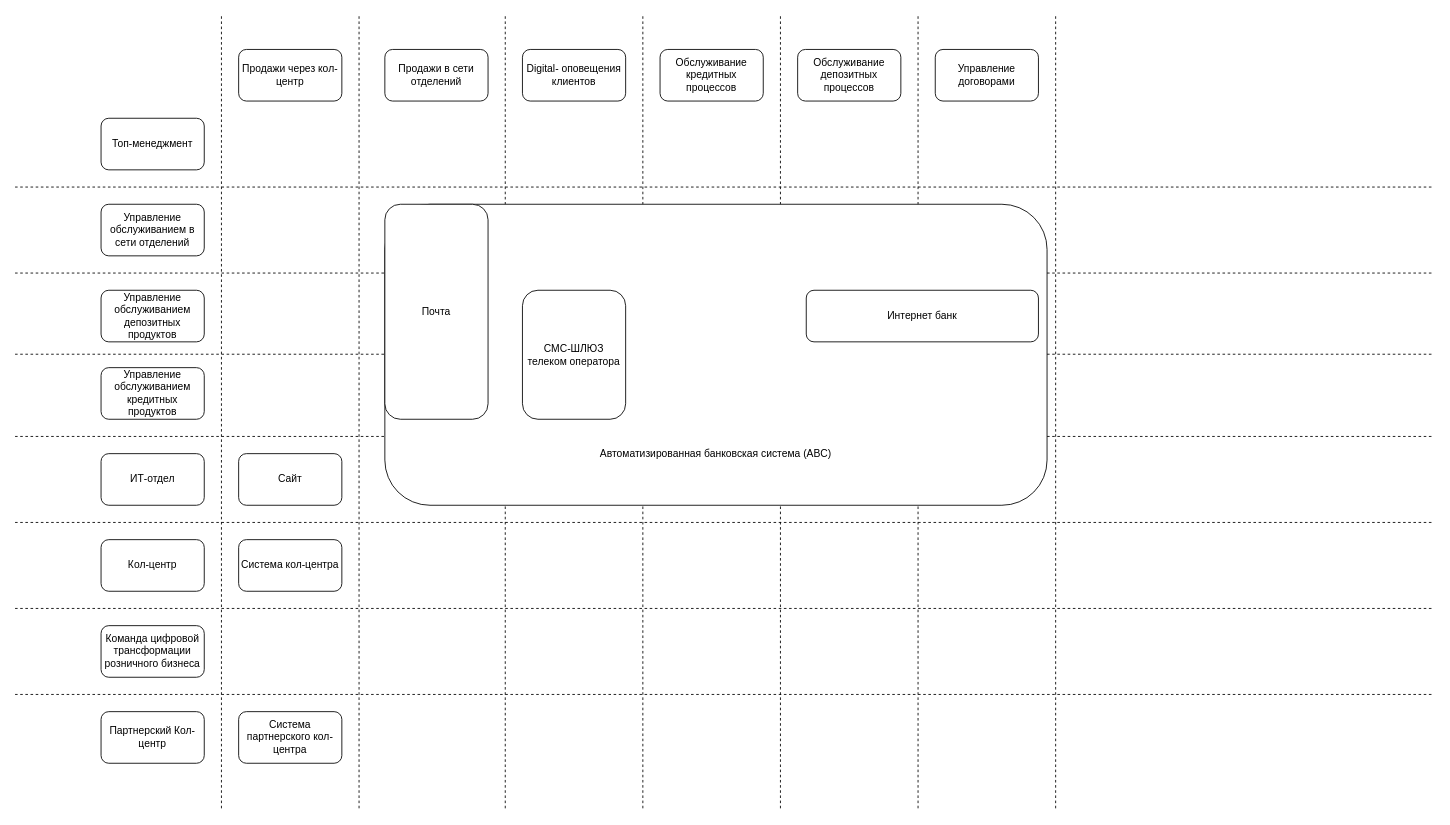
Earlier version of the draw.io diagram Exc1/map_current_it_landscape.drawio (schnack/architecture-sprint-9). Source tidied: cells renumbered, new cells numbered last; positions are measured from the earlier drawing's top-left corner, leaving out a move shared by most shapes. Both pictures are drawn from the tidied source at 86%, with x=0, y=0 at pixel (15, 15).
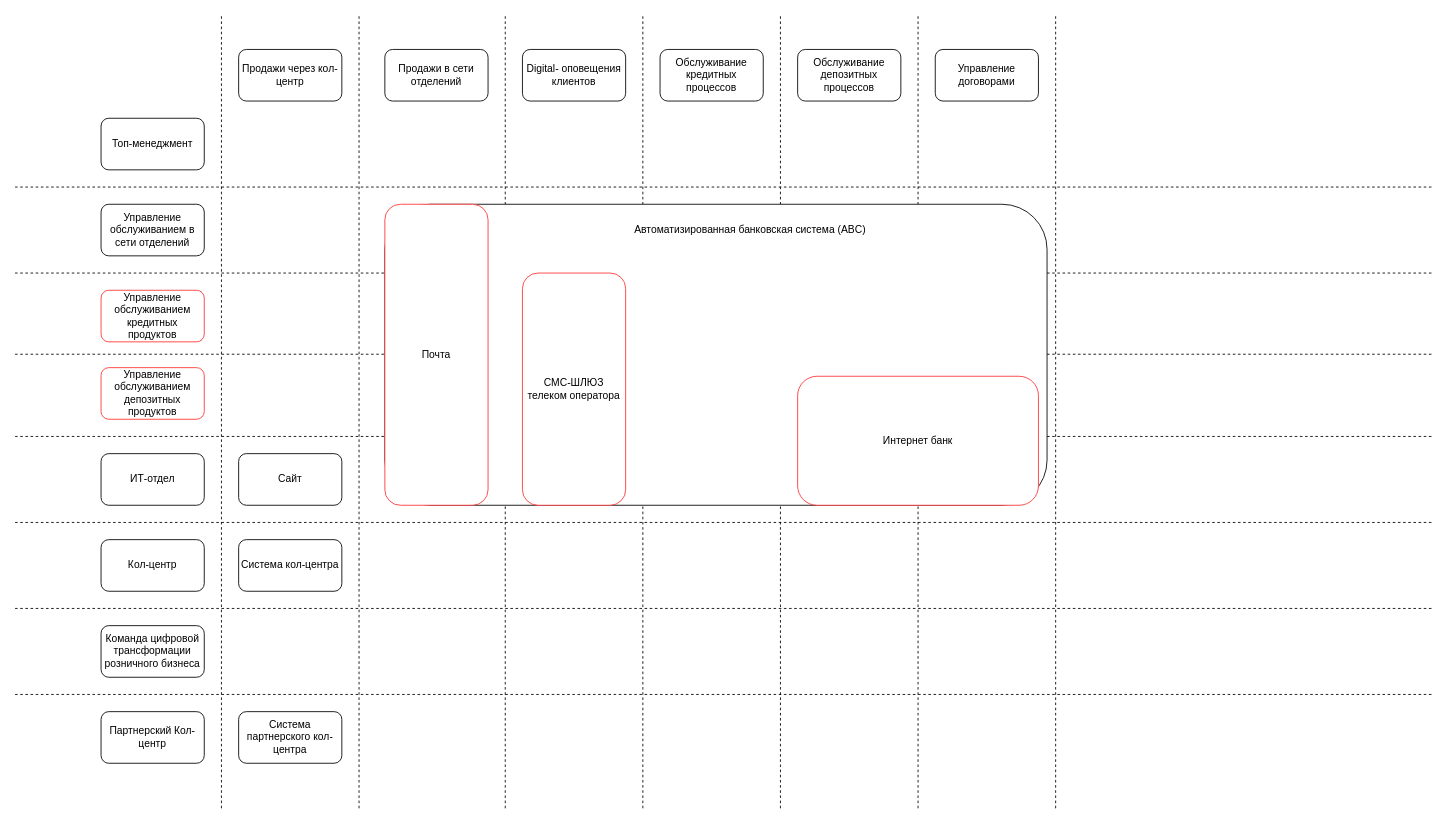
Above is the later version.

What changed in the source:
```diff
@@
-    <mxCell id="5" value="ИТ-отдел" style="rounded=1;whiteSpace=wrap;html=1;" parent="1" vertex="1">
+    <mxCell id="5" value="ИТ-отдел" style="rounded=1;whiteSpace=wrap;html=1;gradientColor=none;strokeColor=#000000;" parent="1" vertex="1">
       <mxGeometry x="100" y="510" width="120" height="60" as="geometry" />
     </mxCell>
-    <mxCell id="6" value="Управление обслуживанием депозитных продуктов" style="rounded=1;whiteSpace=wrap;html=1;" parent="1" vertex="1">
-      <mxGeometry x="100" y="320" width="120" height="60" as="geometry" />
+    <mxCell id="6" value="Управление обслуживанием депозитных продуктов" style="rounded=1;whiteSpace=wrap;html=1;strokeColor=#FF3333;" parent="1" vertex="1">
+      <mxGeometry x="100" y="410" width="120" height="60" as="geometry" />
     </mxCell>
-    <mxCell id="7" value="Управление обслуживанием кредитных продуктов" style="rounded=1;whiteSpace=wrap;html=1;" parent="1" vertex="1">
-      <mxGeometry x="100" y="410" width="120" height="60" as="geometry" />
+    <mxCell id="7" value="Управление обслуживанием кредитных продуктов" style="rounded=1;whiteSpace=wrap;html=1;strokeColor=#FF3333;" parent="1" vertex="1">
+      <mxGeometry x="100" y="320" width="120" height="60" as="geometry" />
     </mxCell>
@@
-    <mxCell id="32" value="&lt;div&gt;&lt;br&gt;&lt;/div&gt;&lt;div&gt;&lt;br&gt;&lt;/div&gt;&lt;div&gt;&lt;br&gt;&lt;/div&gt;&lt;div&gt;&lt;br&gt;&lt;/div&gt;&lt;div&gt;&lt;br&gt;&lt;/div&gt;&lt;div&gt;&lt;br&gt;&lt;/div&gt;&lt;div&gt;&lt;br&gt;&lt;/div&gt;&lt;div&gt;&lt;br&gt;&lt;/div&gt;&lt;div&gt;&lt;br&gt;&lt;/div&gt;&lt;div&gt;&lt;br&gt;&lt;/div&gt;&lt;div&gt;&lt;br&gt;&lt;/div&gt;&lt;div&gt;&lt;br&gt;&lt;/div&gt;&lt;div&gt;&lt;br&gt;&lt;/div&gt;&lt;div&gt;&lt;br&gt;&lt;/div&gt;&lt;div&gt;&lt;br&gt;&lt;/div&gt;&lt;div&gt;&lt;br&gt;&lt;/div&gt;Автоматизированная банковская система (ABC)" style="rounded=1;whiteSpace=wrap;html=1;" parent="1" vertex="1">
+    <mxCell id="32" style="rounded=1;whiteSpace=wrap;html=1;" parent="1" vertex="1">
       <mxGeometry x="430" y="220" width="770" height="350" as="geometry" />
     </mxCell>
-    <mxCell id="33" value="СМС-ШЛЮЗ телеком оператора" style="rounded=1;whiteSpace=wrap;html=1;" parent="1" vertex="1">
-      <mxGeometry x="590" y="320" width="120" height="150" as="geometry" />
+    <mxCell id="33" value="СМС-ШЛЮЗ телеком оператора" style="rounded=1;whiteSpace=wrap;html=1;strokeColor=light-dark(#FF3333,#EDEDED);" parent="1" vertex="1">
+      <mxGeometry x="590" y="300" width="120" height="270" as="geometry" />
     </mxCell>
-    <mxCell id="34" value="Почта" style="rounded=1;whiteSpace=wrap;html=1;" parent="1" vertex="1">
-      <mxGeometry x="430" y="220" width="120" height="250" as="geometry" />
+    <mxCell id="34" value="Почта" style="rounded=1;whiteSpace=wrap;html=1;strokeColor=#FF3333;" parent="1" vertex="1">
+      <mxGeometry x="430" y="220" width="120" height="350" as="geometry" />
     </mxCell>
-    <mxCell id="35" value="Интернет банк" style="rounded=1;whiteSpace=wrap;html=1;" parent="1" vertex="1">
-      <mxGeometry x="920" y="320" width="270" height="60" as="geometry" />
+    <mxCell id="35" value="Интернет банк" style="rounded=1;whiteSpace=wrap;html=1;strokeColor=#FF3333;" parent="1" vertex="1">
+      <mxGeometry x="910" y="420" width="280" height="150" as="geometry" />
     </mxCell>
@@
+    <mxCell id="37" value="Автоматизированная банковская система (ABC)" style="text;html=1;align=center;verticalAlign=middle;whiteSpace=wrap;rounded=0;" parent="1" vertex="1">
+      <mxGeometry x="650" y="235" width="410" height="30" as="geometry" />
+    </mxCell>
```
